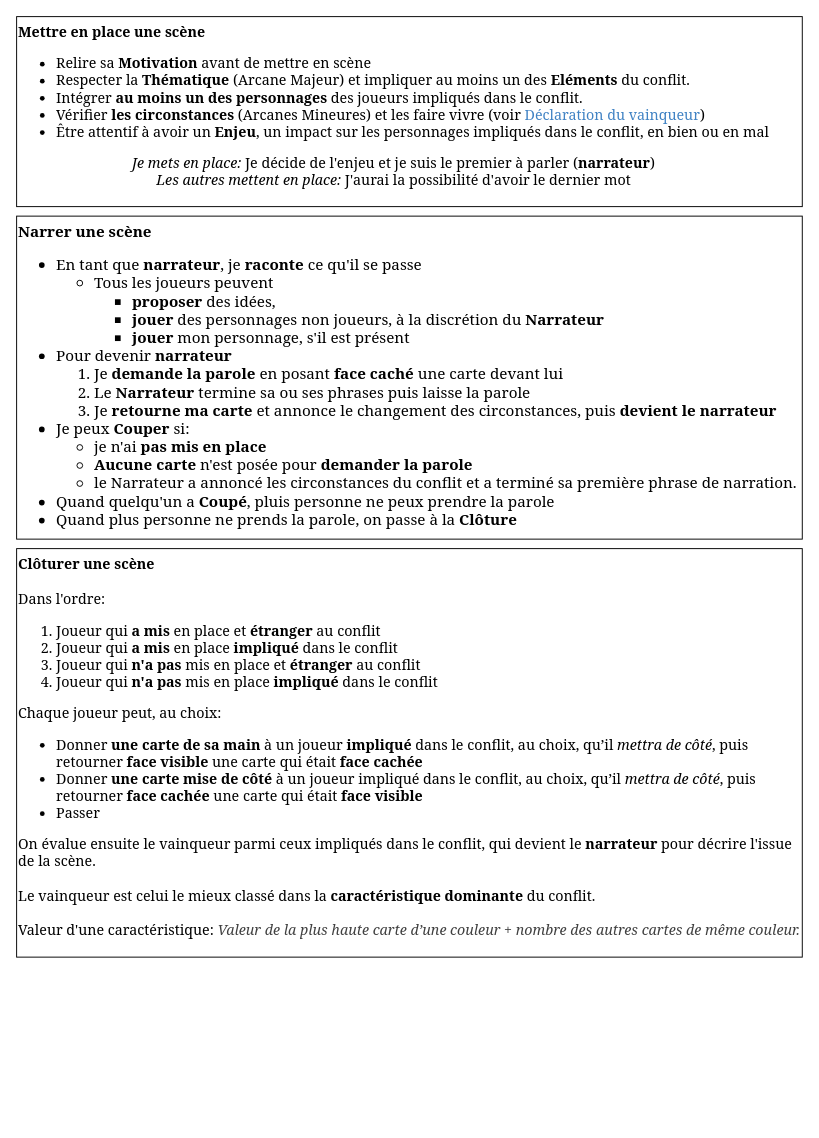
Before: assets/cheatsheet.drawio in Ezian/game-of-maze, a draw.io diagram. Source tidied: cells renumbered, new cells numbered last; positions are measured from the earlier drawing's top-left corner, leaving out a move shared by most shapes. Both pictures are drawn from the tidied source at 95%, with x=0, y=0 at pixel (16, 16).
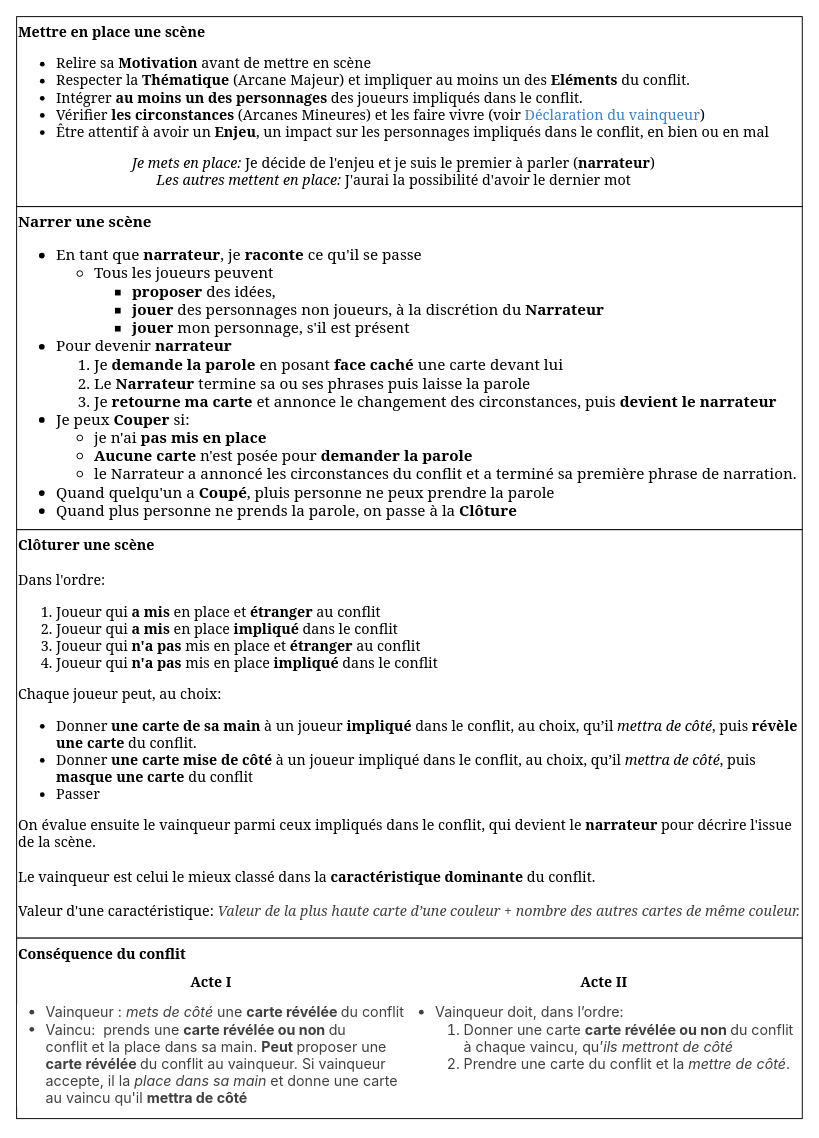
The same page after the edit.

What changed in the source:
```diff
@@
-    <mxCell id="3" value="&lt;font face=&quot;Georgia&quot; style=&quot;font-size: 15px;&quot;&gt;&lt;b&gt;Clôturer une scène&lt;/b&gt;&lt;br&gt;&lt;br&gt;Dans l'ordre:&lt;br&gt;&lt;ol&gt;&lt;li&gt;&lt;font face=&quot;Georgia&quot; style=&quot;font-size: 15px;&quot;&gt;Joueur qui &lt;b&gt;a mis&lt;/b&gt; en place et &lt;b&gt;étranger &lt;/b&gt;au conflit&lt;/font&gt;&lt;/li&gt;&lt;li&gt;&lt;font face=&quot;Georgia&quot; style=&quot;font-size: 15px;&quot;&gt;Joueur qui &lt;b&gt;a mis &lt;/b&gt;en place &lt;b&gt;impliqué &lt;/b&gt;dans le conflit&lt;/font&gt;&lt;/li&gt;&lt;li style=&quot;border-color: var(--border-color);&quot;&gt;&lt;font style=&quot;border-color: var(--border-color); font-size: 15px;&quot; face=&quot;Georgia&quot;&gt;Joueur qui &lt;b&gt;n'a pas &lt;/b&gt;mis en place et &lt;b&gt;étranger &lt;/b&gt;au conflit&lt;/font&gt;&lt;/li&gt;&lt;li style=&quot;border-color: var(--border-color);&quot;&gt;&lt;font style=&quot;border-color: var(--border-color); font-size: 15px;&quot; face=&quot;Georgia&quot;&gt;Joueur qui &lt;b&gt;n'a pas &lt;/b&gt;mis en place &lt;b&gt;impliqué &lt;/b&gt;dans le conflit&lt;/font&gt;&lt;/li&gt;&lt;/ol&gt;&lt;div&gt;Chaque joueur peut, au choix:&lt;/div&gt;&lt;div&gt;&lt;ul&gt;&lt;li style=&quot;box-sizing: border-box; margin: 0px; padding: 0px; border: 0px; font-style: inherit; font-variant: inherit; font-stretch: inherit; font-size: inherit; line-height: inherit; font-family: inherit; font-optical-sizing: inherit; font-kerning: inherit; font-feature-settings: inherit; font-variation-settings: inherit; vertical-align: baseline;&quot;&gt;&lt;span style=&quot;font-weight: inherit;&quot;&gt;Donner&amp;nbsp;&lt;strong style=&quot;box-sizing: border-box; margin: 0px; padding: 0px; border: 0px; font-style: inherit; font-variant: inherit; font-stretch: inherit; font-size: inherit; line-height: inherit; font-family: inherit; font-optical-sizing: inherit; font-kerning: inherit; font-feature-settings: inherit; font-variation-settings: inherit; vertical-align: baseline;&quot;&gt;une carte de sa main&lt;/strong&gt;&amp;nbsp;à un joueur &lt;/span&gt;&lt;b&gt;impliqué&lt;/b&gt;&lt;span style=&quot;font-weight: inherit;&quot;&gt; dans le conflit, au choix, qu’il&amp;nbsp;&lt;/span&gt;&lt;em style=&quot;font-weight: inherit; box-sizing: border-box; margin: 0px; padding: 0px; border: 0px; font-variant: inherit; font-stretch: inherit; font-size: inherit; line-height: inherit; font-family: inherit; font-optical-sizing: inherit; font-kerning: inherit; font-feature-settings: inherit; font-variation-settings: inherit; vertical-align: baseline;&quot;&gt;mettra de côté&lt;/em&gt;&lt;span style=&quot;font-weight: inherit;&quot;&gt;, puis retourner &lt;/span&gt;&lt;b&gt;face visible&lt;/b&gt;&lt;span style=&quot;font-weight: inherit;&quot;&gt; une carte qui était &lt;/span&gt;&lt;b&gt;face cachée&lt;/b&gt;&lt;/li&gt;&lt;li style=&quot;box-sizing: border-box; margin: 0px; padding: 0px; border: 0px; font-style: inherit; font-variant: inherit; font-stretch: inherit; font-size: inherit; line-height: inherit; font-family: inherit; font-optical-sizing: inherit; font-kerning: inherit; font-feature-settings: inherit; font-variation-settings: inherit; vertical-align: baseline;&quot;&gt;&lt;span style=&quot;font-weight: inherit;&quot;&gt;Donner&amp;nbsp;&lt;strong style=&quot;box-sizing: border-box; margin: 0px; padding: 0px; border: 0px; font-style: inherit; font-variant: inherit; font-stretch: inherit; font-size: inherit; line-height: inherit; font-family: inherit; font-optical-sizing: inherit; font-kerning: inherit; font-feature-settings: inherit; font-variation-settings: inherit; vertical-align: baseline;&quot;&gt;une carte mise de côté&lt;/strong&gt;&amp;nbsp;à un joueur impliqué dans le conflit, au choix, qu’il&amp;nbsp;&lt;em style=&quot;box-sizing: border-box; margin: 0px; padding: 0px; border: 0px; font-variant: inherit; font-weight: inherit; font-stretch: inherit; font-size: inherit; line-height: inherit; font-family: inherit; font-optical-sizing: inherit; font-kerning: inherit; font-feature-settings: inherit; font-variation-settings: inherit; vertical-align: baseline;&quot;&gt;mettra de côté&lt;/em&gt;, puis retourner &lt;/span&gt;&lt;b&gt;face cachée&lt;/b&gt;&lt;span style=&quot;font-weight: inherit;&quot;&gt; une carte qui était &lt;/span&gt;&lt;b&gt;face visible&lt;/b&gt;&lt;/li&gt;&lt;li style=&quot;box-sizing: border-box; margin: 0px; padding: 0px; border: 0px; font: inherit; vertical-align: baseline;&quot;&gt;Passer&lt;/li&gt;&lt;/ul&gt;&lt;div&gt;On évalue ensuite le vainqueur parmi ceux impliqués dans le conflit, qui devient le &lt;b&gt;narrateur&lt;/b&gt;&amp;nbsp;pour décrire l'issue de la scène.&lt;/div&gt;&lt;/div&gt;&lt;div&gt;&lt;br&gt;&lt;/div&gt;&lt;div&gt;Le vainqueur est celui le mieux classé dans la &lt;b&gt;caractéristique dominante &lt;/b&gt;du conflit.&amp;nbsp;&lt;/div&gt;&lt;div&gt;&lt;br&gt;Valeur d'une caractéristique:&amp;nbsp;&lt;span style=&quot;font-family: inherit; font-size: inherit; font-variant-ligatures: inherit; font-variant-caps: inherit; font-weight: inherit; background-color: rgb(255, 255, 255); color: rgb(64, 64, 64);&quot;&gt;&lt;i&gt;Valeur de la plus haute carte d’une couleur + nombre des autres cartes de même couleur.&lt;/i&gt;&lt;/span&gt;&lt;/div&gt;&lt;/font&gt;&lt;font face=&quot;Georgia&quot; style=&quot;font-size: 15px;&quot;&gt;&lt;div&gt;&lt;br&gt;&lt;/div&gt;&lt;div&gt;&lt;br&gt;&lt;/div&gt;&lt;div&gt;&lt;br&gt;&lt;/div&gt;&lt;/font&gt;" style="rounded=0;whiteSpace=wrap;html=1;verticalAlign=top;align=left;" parent="1" vertex="1">
-      <mxGeometry y="560" width="827" height="430" as="geometry" />
+    <mxCell id="3" value="&lt;font face=&quot;Georgia&quot; style=&quot;font-size: 15px;&quot;&gt;&lt;b&gt;Clôturer une scène&lt;/b&gt;&lt;br&gt;&lt;br&gt;Dans l'ordre:&lt;br&gt;&lt;ol&gt;&lt;li&gt;&lt;font face=&quot;Georgia&quot; style=&quot;font-size: 15px;&quot;&gt;Joueur qui &lt;b&gt;a mis&lt;/b&gt; en place et &lt;b&gt;étranger &lt;/b&gt;au conflit&lt;/font&gt;&lt;/li&gt;&lt;li&gt;&lt;font face=&quot;Georgia&quot; style=&quot;font-size: 15px;&quot;&gt;Joueur qui &lt;b&gt;a mis &lt;/b&gt;en place &lt;b&gt;impliqué &lt;/b&gt;dans le conflit&lt;/font&gt;&lt;/li&gt;&lt;li style=&quot;border-color: var(--border-color);&quot;&gt;&lt;font style=&quot;border-color: var(--border-color); font-size: 15px;&quot; face=&quot;Georgia&quot;&gt;Joueur qui &lt;b&gt;n'a pas &lt;/b&gt;mis en place et &lt;b&gt;étranger &lt;/b&gt;au conflit&lt;/font&gt;&lt;/li&gt;&lt;li style=&quot;border-color: var(--border-color);&quot;&gt;&lt;font style=&quot;border-color: var(--border-color); font-size: 15px;&quot; face=&quot;Georgia&quot;&gt;Joueur qui &lt;b&gt;n'a pas &lt;/b&gt;mis en place &lt;b&gt;impliqué &lt;/b&gt;dans le conflit&lt;/font&gt;&lt;/li&gt;&lt;/ol&gt;&lt;div&gt;Chaque joueur peut, au choix:&lt;/div&gt;&lt;div&gt;&lt;ul&gt;&lt;li style=&quot;box-sizing: border-box; margin: 0px; padding: 0px; border: 0px; font-style: inherit; font-variant: inherit; font-stretch: inherit; font-size: inherit; line-height: inherit; font-family: inherit; font-optical-sizing: inherit; font-kerning: inherit; font-feature-settings: inherit; font-variation-settings: inherit; vertical-align: baseline;&quot;&gt;&lt;span style=&quot;font-weight: inherit;&quot;&gt;Donner&amp;nbsp;&lt;strong style=&quot;box-sizing: border-box; margin: 0px; padding: 0px; border: 0px; font-style: inherit; font-variant: inherit; font-stretch: inherit; font-size: inherit; line-height: inherit; font-family: inherit; font-optical-sizing: inherit; font-kerning: inherit; font-feature-settings: inherit; font-variation-settings: inherit; vertical-align: baseline;&quot;&gt;une carte de sa main&lt;/strong&gt;&amp;nbsp;à un joueur &lt;/span&gt;&lt;b&gt;impliqué&lt;/b&gt;&lt;span style=&quot;font-weight: inherit;&quot;&gt; dans le conflit, au choix, qu’il&amp;nbsp;&lt;/span&gt;&lt;em style=&quot;font-weight: inherit; box-sizing: border-box; margin: 0px; padding: 0px; border: 0px; font-variant: inherit; font-stretch: inherit; font-size: inherit; line-height: inherit; font-family: inherit; font-optical-sizing: inherit; font-kerning: inherit; font-feature-settings: inherit; font-variation-settings: inherit; vertical-align: baseline;&quot;&gt;mettra de côté&lt;/em&gt;&lt;span style=&quot;font-weight: inherit;&quot;&gt;, puis &lt;/span&gt;&lt;b&gt;révèle une carte&lt;/b&gt;&amp;nbsp;du conflit.&lt;/li&gt;&lt;li style=&quot;box-sizing: border-box; margin: 0px; padding: 0px; border: 0px; font-style: inherit; font-variant: inherit; font-stretch: inherit; font-size: inherit; line-height: inherit; font-family: inherit; font-optical-sizing: inherit; font-kerning: inherit; font-feature-settings: inherit; font-variation-settings: inherit; vertical-align: baseline;&quot;&gt;&lt;span style=&quot;font-weight: inherit;&quot;&gt;Donner&amp;nbsp;&lt;strong style=&quot;box-sizing: border-box; margin: 0px; padding: 0px; border: 0px; font-style: inherit; font-variant: inherit; font-stretch: inherit; font-size: inherit; line-height: inherit; font-family: inherit; font-optical-sizing: inherit; font-kerning: inherit; font-feature-settings: inherit; font-variation-settings: inherit; vertical-align: baseline;&quot;&gt;une carte mise de côté&lt;/strong&gt;&amp;nbsp;à un joueur impliqué dans le conflit, au choix, qu’il&amp;nbsp;&lt;em style=&quot;box-sizing: border-box; margin: 0px; padding: 0px; border: 0px; font-variant: inherit; font-weight: inherit; font-stretch: inherit; font-size: inherit; line-height: inherit; font-family: inherit; font-optical-sizing: inherit; font-kerning: inherit; font-feature-settings: inherit; font-variation-settings: inherit; vertical-align: baseline;&quot;&gt;mettra de côté&lt;/em&gt;, puis &lt;/span&gt;&lt;b&gt;masque une carte &lt;/b&gt;&lt;span style=&quot;font-weight: inherit;&quot;&gt;du conflit&lt;/span&gt;&lt;/li&gt;&lt;li style=&quot;box-sizing: border-box; margin: 0px; padding: 0px; border: 0px; font: inherit; vertical-align: baseline;&quot;&gt;Passer&lt;/li&gt;&lt;/ul&gt;&lt;div&gt;On évalue ensuite le vainqueur parmi ceux impliqués dans le conflit, qui devient le &lt;b&gt;narrateur&lt;/b&gt;&amp;nbsp;pour décrire l'issue de la scène.&lt;/div&gt;&lt;/div&gt;&lt;div&gt;&lt;br&gt;&lt;/div&gt;&lt;div&gt;Le vainqueur est celui le mieux classé dans la &lt;b&gt;caractéristique dominante &lt;/b&gt;du conflit.&amp;nbsp;&lt;/div&gt;&lt;div&gt;&lt;br&gt;Valeur d'une caractéristique:&amp;nbsp;&lt;span style=&quot;font-family: inherit; font-size: inherit; font-variant-ligatures: inherit; font-variant-caps: inherit; font-weight: inherit; background-color: rgb(255, 255, 255); color: rgb(64, 64, 64);&quot;&gt;&lt;i&gt;Valeur de la plus haute carte d’une couleur + nombre des autres cartes de même couleur.&lt;/i&gt;&lt;/span&gt;&lt;/div&gt;&lt;/font&gt;&lt;font face=&quot;Georgia&quot; style=&quot;font-size: 15px;&quot;&gt;&lt;div&gt;&lt;br&gt;&lt;/div&gt;&lt;div&gt;&lt;br&gt;&lt;/div&gt;&lt;div&gt;&lt;br&gt;&lt;/div&gt;&lt;/font&gt;" style="rounded=0;whiteSpace=wrap;html=1;verticalAlign=top;align=left;" parent="1" vertex="1">
+      <mxGeometry y="540" width="827" height="430" as="geometry" />
     </mxCell>
     <mxCell id="4" value="&lt;font style=&quot;font-size: 16px;&quot; face=&quot;Georgia&quot;&gt;&lt;b style=&quot;&quot;&gt;Narrer une scène&lt;/b&gt;&lt;br&gt;&lt;ul style=&quot;&quot;&gt;&lt;li style=&quot;box-sizing: border-box; margin: 0px; padding: 0px; border: 0px; font-style: inherit; font-variant: inherit; font-stretch: inherit; line-height: inherit; font-family: inherit; font-optical-sizing: inherit; font-kerning: inherit; font-feature-settings: inherit; font-variation-settings: inherit; vertical-align: baseline;&quot;&gt;En tant que &lt;b&gt;narrateur&lt;/b&gt;, je &lt;b&gt;raconte&lt;/b&gt; ce qu'il se passe&lt;/li&gt;&lt;ul style=&quot;&quot;&gt;&lt;li style=&quot;border-color: var(--border-color);&quot;&gt;Tous les joueurs peuvent&lt;/li&gt;&lt;ul style=&quot;&quot;&gt;&lt;li style=&quot;border-color: var(--border-color);&quot;&gt;&lt;b style=&quot;background-color: initial;&quot;&gt;proposer &lt;/b&gt;&lt;span style=&quot;background-color: initial;&quot;&gt;des idées,&amp;nbsp;&lt;/span&gt;&lt;/li&gt;&lt;li style=&quot;border-color: var(--border-color);&quot;&gt;&lt;span style=&quot;background-color: initial;&quot;&gt;&lt;b&gt;jouer &lt;/b&gt;des personnages non joueurs&lt;/span&gt;, à la discrétion du &lt;b&gt;Narrateur&lt;/b&gt;&amp;nbsp;&lt;/li&gt;&lt;li style=&quot;border-color: var(--border-color);&quot;&gt;&lt;span style=&quot;background-color: initial;&quot;&gt;&lt;b&gt;jouer &lt;/b&gt;mon personnage, s'il est présent&lt;/span&gt;&lt;/li&gt;&lt;/ul&gt;&lt;/ul&gt;&lt;li style=&quot;&quot;&gt;Pour devenir &lt;b&gt;narrateur&lt;/b&gt;&lt;/li&gt;&lt;ol style=&quot;&quot;&gt;&lt;li&gt;Je &lt;b&gt;demande la parole&lt;/b&gt;&amp;nbsp;en posant &lt;b&gt;face caché &lt;/b&gt;une carte devant lui&lt;/li&gt;&lt;li&gt;Le &lt;b&gt;Narrateur&lt;/b&gt;&amp;nbsp;termine sa ou ses phrases puis laisse la parole&lt;/li&gt;&lt;li&gt;Je &lt;b&gt;retourne ma carte&lt;/b&gt; et annonce le changement des circonstances, puis &lt;b&gt;devient le narrateur&lt;/b&gt;&lt;/li&gt;&lt;/ol&gt;&lt;li style=&quot;&quot;&gt;Je peux &lt;b&gt;Couper &lt;/b&gt;si:&lt;/li&gt;&lt;ul&gt;&lt;li style=&quot;&quot;&gt;je n'ai &lt;b&gt;pas mis en place&amp;nbsp;&lt;/b&gt;&lt;/li&gt;&lt;li style=&quot;&quot;&gt;&lt;b&gt;Aucune carte &lt;/b&gt;n'est posée pour &lt;b&gt;demander la parole&lt;/b&gt;&lt;/li&gt;&lt;li style=&quot;&quot;&gt;le Narrateur a annoncé les circonstances du conflit et a terminé sa première phrase de narration.&lt;/li&gt;&lt;/ul&gt;&lt;li&gt;Quand quelqu'un a &lt;b&gt;Coupé&lt;/b&gt;, pluis personne ne peux prendre la parole&lt;/li&gt;&lt;li&gt;Quand plus personne ne prends la parole, on passe à la &lt;b&gt;Clôture&lt;/b&gt;&lt;/li&gt;&lt;/ul&gt;&lt;/font&gt;&lt;span style=&quot;font-family: Georgia; background-color: initial; font-size: 16px;&quot;&gt;&lt;font style=&quot;font-size: 16px;&quot;&gt;&lt;br&gt;&lt;/font&gt;&lt;br&gt;&lt;/span&gt;" style="rounded=0;whiteSpace=wrap;html=1;verticalAlign=top;align=left;" parent="1" vertex="1">
-      <mxGeometry y="210" width="827" height="340" as="geometry" />
+      <mxGeometry y="200" width="827" height="340" as="geometry" />
     </mxCell>
+    <mxCell id="5" value="&lt;font face=&quot;Georgia&quot; style=&quot;font-size: 15px;&quot;&gt;&lt;b&gt;Conséquence du conflit&lt;br&gt;&lt;/b&gt;&lt;br&gt;&lt;br&gt;&lt;/font&gt;&lt;font face=&quot;Georgia&quot; style=&quot;font-size: 15px;&quot;&gt;&lt;div&gt;&lt;br&gt;&lt;/div&gt;&lt;div&gt;&lt;br&gt;&lt;/div&gt;&lt;/font&gt;" style="rounded=0;whiteSpace=wrap;html=1;verticalAlign=top;align=left;" parent="1" vertex="1">
+      <mxGeometry y="970" width="827" height="190" as="geometry" />
+    </mxCell>
+    <mxCell id="6" value="&lt;font style=&quot;font-size: 15px;&quot; face=&quot;Georgia&quot;&gt;&lt;b style=&quot;&quot;&gt;Acte I&lt;br&gt;&lt;/b&gt;&lt;/font&gt;&lt;ul style=&quot;box-sizing: border-box; margin: 15px 0px; padding: 0px 0px 0px 30px; border: 0px; font-variant-numeric: inherit; font-variant-east-asian: inherit; font-variant-alternates: inherit; font-variant-position: inherit; font-stretch: inherit; line-height: inherit; font-family: -system-ui, -apple-system, BlinkMacSystemFont, &amp;quot;Segoe UI&amp;quot;, Roboto, Helvetica, Arial, sans-serif, &amp;quot;Apple Color Emoji&amp;quot;, &amp;quot;Segoe UI Emoji&amp;quot;, &amp;quot;Segoe UI Symbol&amp;quot;; font-optical-sizing: inherit; font-kerning: inherit; font-feature-settings: inherit; font-variation-settings: inherit; vertical-align: baseline; list-style-position: initial; list-style-image: initial; color: rgb(64, 64, 64); text-align: start; background-color: rgb(255, 255, 255); font-size: 15px;&quot;&gt;&lt;li style=&quot;box-sizing: border-box; margin: 0px; padding: 0px; border: 0px; font-variant: inherit; font-stretch: inherit; line-height: inherit; font-family: inherit; font-optical-sizing: inherit; font-kerning: inherit; font-feature-settings: inherit; font-variation-settings: inherit; vertical-align: baseline;&quot;&gt;&lt;font style=&quot;font-size: 15px;&quot;&gt;&lt;span style=&quot;font-weight: inherit;&quot;&gt;&lt;span style=&quot;font-style: inherit;&quot;&gt;Vainqueur : &lt;/span&gt;&lt;i&gt;mets de côté &lt;/i&gt;&lt;span style=&quot;font-style: inherit;&quot;&gt;une &lt;/span&gt;&lt;/span&gt;&lt;b style=&quot;font-style: inherit;&quot;&gt;carte révélée &lt;/b&gt;&lt;span style=&quot;font-style: inherit; font-weight: inherit;&quot;&gt;du conflit&lt;/span&gt;&lt;/font&gt;&lt;/li&gt;&lt;li style=&quot;box-sizing: border-box; margin: 0px; padding: 0px; border: 0px; font-variant: inherit; font-stretch: inherit; line-height: inherit; font-family: inherit; font-optical-sizing: inherit; font-kerning: inherit; font-feature-settings: inherit; font-variation-settings: inherit; vertical-align: baseline;&quot;&gt;&lt;font style=&quot;font-size: 15px;&quot;&gt;&lt;span style=&quot;font-style: inherit; font-weight: inherit;&quot;&gt;Vaincu:&amp;nbsp; prends une &lt;/span&gt;&lt;b style=&quot;font-style: inherit;&quot;&gt;carte révélée ou non &lt;/b&gt;&lt;span style=&quot;font-style: inherit;&quot;&gt;du conflit&amp;nbsp;&lt;/span&gt;&lt;span style=&quot;font-style: inherit; font-weight: inherit;&quot;&gt;et la&amp;nbsp;&lt;/span&gt;&lt;em style=&quot;font-style: inherit; font-weight: inherit; box-sizing: border-box; margin: 0px; padding: 0px; border: 0px; font-variant: inherit; font-stretch: inherit; line-height: inherit; font-family: inherit; font-optical-sizing: inherit; font-kerning: inherit; font-feature-settings: inherit; font-variation-settings: inherit; vertical-align: baseline;&quot;&gt;place dans sa main&lt;/em&gt;&lt;span style=&quot;font-style: inherit; font-weight: inherit;&quot;&gt;. &lt;/span&gt;&lt;span style=&quot;font-style: inherit;&quot;&gt;&lt;b&gt;Peut &lt;/b&gt;&lt;/span&gt;&lt;span style=&quot;font-style: inherit; font-weight: inherit;&quot;&gt;proposer une &lt;/span&gt;&lt;b style=&quot;font-style: inherit;&quot;&gt;carte révélée &lt;/b&gt;&lt;span style=&quot;font-style: inherit;&quot;&gt;du conflit au vainqueur. Si vainqueur accepte, il la &lt;/span&gt;&lt;i&gt;place dans sa main &lt;/i&gt;et donne une carte au vaincu qu'il &lt;b&gt;mettra de côté&lt;/b&gt;&lt;/font&gt;&lt;/li&gt;&lt;/ul&gt;" style="rounded=0;whiteSpace=wrap;html=1;verticalAlign=top;align=center;fillColor=none;strokeColor=none;" parent="1" vertex="1">
+      <mxGeometry y="1000" width="410" height="160" as="geometry" />
+    </mxCell>
+    <mxCell id="7" value="&lt;font style=&quot;border-color: var(--border-color); font-size: 15px;&quot; face=&quot;Georgia&quot;&gt;&lt;b style=&quot;border-color: var(--border-color);&quot;&gt;Acte II&lt;br style=&quot;border-color: var(--border-color);&quot;&gt;&lt;/b&gt;&lt;/font&gt;&lt;ul style=&quot;border: 0px; box-sizing: border-box; margin: 15px 0px; padding: 0px 0px 0px 30px; font-variant-numeric: inherit; font-variant-east-asian: inherit; font-variant-alternates: inherit; font-variant-position: inherit; font-stretch: inherit; line-height: inherit; font-family: -system-ui, -apple-system, BlinkMacSystemFont, &amp;quot;Segoe UI&amp;quot;, Roboto, Helvetica, Arial, sans-serif, &amp;quot;Apple Color Emoji&amp;quot;, &amp;quot;Segoe UI Emoji&amp;quot;, &amp;quot;Segoe UI Symbol&amp;quot;; font-optical-sizing: inherit; font-kerning: inherit; font-feature-settings: inherit; font-variation-settings: inherit; vertical-align: baseline; list-style-position: initial; list-style-image: initial; color: rgb(64, 64, 64); text-align: start; background-color: rgb(255, 255, 255); font-size: 15px;&quot;&gt;&lt;li style=&quot;box-sizing: border-box; margin: 0px; padding: 0px; border: 0px; font: inherit; vertical-align: baseline;&quot;&gt;Vainqueur doit, dans l’ordre:&lt;ol style=&quot;box-sizing: border-box; margin: 0px; padding: 0px 0px 0px 30px; border: 0px; font: inherit; vertical-align: baseline; list-style-position: initial; list-style-image: initial;&quot;&gt;&lt;li style=&quot;box-sizing: border-box; margin: 0px; padding: 0px; border: 0px; font: inherit; vertical-align: baseline;&quot;&gt;Donner une carte&amp;nbsp;&lt;b style=&quot;border-color: var(--border-color); font-style: inherit;&quot;&gt;carte révélée ou non&amp;nbsp;&lt;/b&gt;du conflit à chaque vaincu, qu’&lt;em style=&quot;box-sizing: border-box; margin: 0px; padding: 0px; border: 0px; font-variant: inherit; font-weight: inherit; font-stretch: inherit; font-size: inherit; line-height: inherit; font-family: inherit; font-optical-sizing: inherit; font-kerning: inherit; font-feature-settings: inherit; font-variation-settings: inherit; vertical-align: baseline;&quot;&gt;ils mettront de côté&lt;/em&gt;&lt;/li&gt;&lt;li style=&quot;box-sizing: border-box; margin: 0px; padding: 0px; border: 0px; font: inherit; vertical-align: baseline;&quot;&gt;Prendre une carte du conflit et la&amp;nbsp;&lt;em style=&quot;box-sizing: border-box; margin: 0px; padding: 0px; border: 0px; font-variant: inherit; font-weight: inherit; font-stretch: inherit; font-size: inherit; line-height: inherit; font-family: inherit; font-optical-sizing: inherit; font-kerning: inherit; font-feature-settings: inherit; font-variation-settings: inherit; vertical-align: baseline;&quot;&gt;mettre de côté&lt;/em&gt;.&lt;/li&gt;&lt;/ol&gt;&lt;/li&gt;&lt;/ul&gt;" style="rounded=0;whiteSpace=wrap;html=1;verticalAlign=top;align=center;fillColor=none;strokeColor=none;" parent="1" vertex="1">
+      <mxGeometry x="410" y="1000" width="417" height="160" as="geometry" />
+    </mxCell>
```
